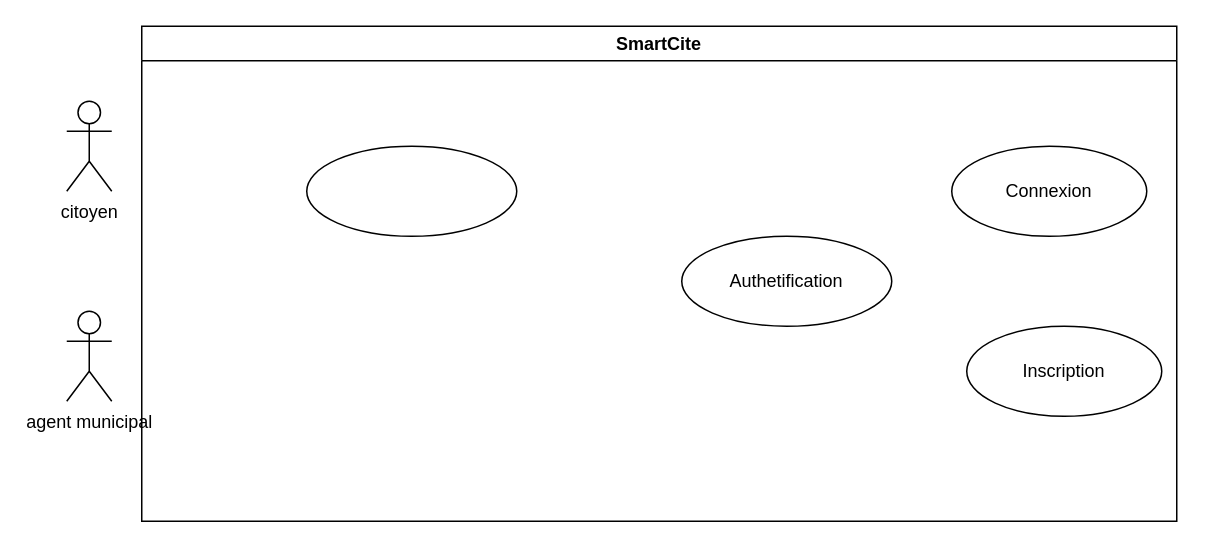
The draw.io diagram diagrams/smartCite_Diagram.drawio in VYoungui/SmartCite, before the edit. Source tidied: cells renumbered, new cells numbered last; positions are measured from the earlier drawing's top-left corner, leaving out a move shared by most shapes. Both pictures are drawn from the tidied source at 150%, with x=0, y=0 at pixel (66, 26).
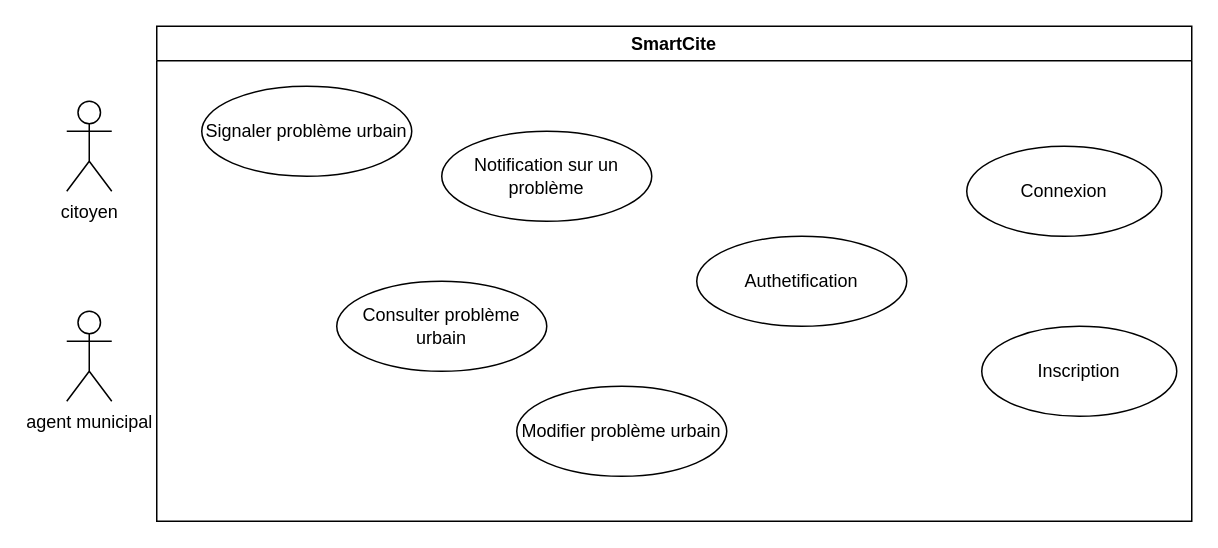
The same page after the edit.

Commit message (it also covers changes not shown here):
Mettre à jour smartCite_Diagram.drawio

What changed in the source:
```diff
@@
 <mxGraphModel>
   <root>
     <mxCell id="0" />
     <mxCell id="1" parent="0" />
     <mxCell id="2" value="SmartCite" style="swimlane;whiteSpace=wrap;html=1;" parent="1" vertex="1">
-      <mxGeometry x="50" width="690" height="330" as="geometry" />
+      <mxGeometry x="60" width="690" height="330" as="geometry" />
     </mxCell>
     <mxCell id="3" value="Authetification" style="ellipse;whiteSpace=wrap;html=1;" parent="2" vertex="1">
       <mxGeometry x="360" y="140" width="140" height="60" as="geometry" />
     </mxCell>
     <mxCell id="4" value="Inscription" style="ellipse;whiteSpace=wrap;html=1;" parent="2" vertex="1">
       <mxGeometry x="550" y="200" width="130" height="60" as="geometry" />
     </mxCell>
     <mxCell id="5" value="Connexion" style="ellipse;whiteSpace=wrap;html=1;" parent="2" vertex="1">
       <mxGeometry x="540" y="80" width="130" height="60" as="geometry" />
     </mxCell>
-    <mxCell id="6" style="ellipse;whiteSpace=wrap;html=1;" parent="2" vertex="1">
-      <mxGeometry x="110" y="80" width="140" height="60" as="geometry" />
+    <mxCell id="6" value="Signaler problème urbain" style="ellipse;whiteSpace=wrap;html=1;" parent="2" vertex="1">
+      <mxGeometry x="30" y="40" width="140" height="60" as="geometry" />
     </mxCell>
+    <mxCell id="9" value="Consulter problème urbain" style="ellipse;whiteSpace=wrap;html=1;" parent="2" vertex="1">
+      <mxGeometry x="120" y="170" width="140" height="60" as="geometry" />
+    </mxCell>
+    <mxCell id="10" value="Modifier problème urbain" style="ellipse;whiteSpace=wrap;html=1;" parent="2" vertex="1">
+      <mxGeometry x="240" y="240" width="140" height="60" as="geometry" />
+    </mxCell>
+    <mxCell id="11" value="Notification sur un problème" style="ellipse;whiteSpace=wrap;html=1;" parent="2" vertex="1">
+      <mxGeometry x="190" y="70" width="140" height="60" as="geometry" />
+    </mxCell>
     <mxCell id="7" value="citoyen&lt;div&gt;&lt;br&gt;&lt;/div&gt;" style="shape=umlActor;verticalLabelPosition=bottom;verticalAlign=top;html=1;" parent="1" vertex="1">
       <mxGeometry y="50" width="30" height="60" as="geometry" />
     </mxCell>
     <mxCell id="8" value="agent municipal" style="shape=umlActor;verticalLabelPosition=bottom;verticalAlign=top;html=1;" parent="1" vertex="1">
       <mxGeometry y="190" width="30" height="60" as="geometry" />
     </mxCell>
   </root>
 </mxGraphModel>
```
